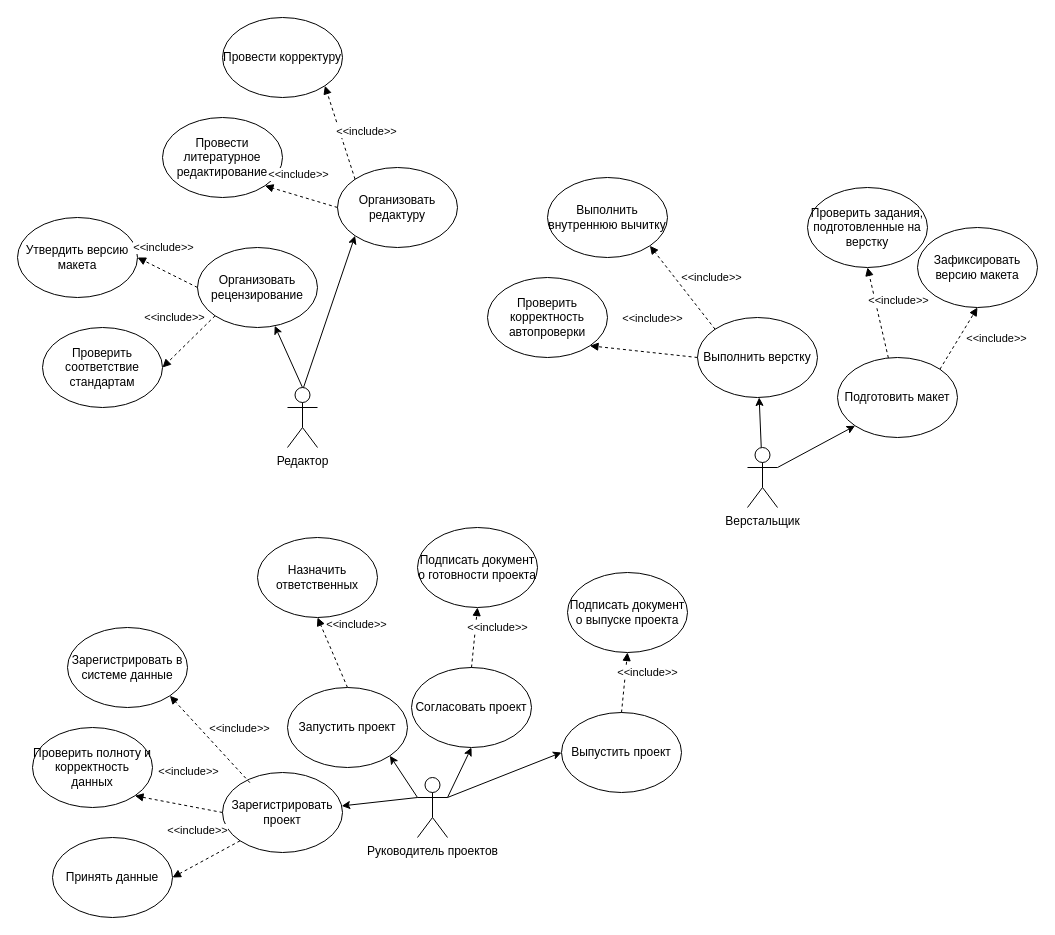
danaddi/draw.io keeps this draw.io diagram as ortps_3.drawio. Above is the earlier version. Source tidied: cells renumbered, new cells numbered last; positions are measured from the earlier drawing's top-left corner, leaving out a move shared by most shapes. Both pictures are drawn from the tidied source at 100%, with x=0, y=0 at pixel (17, 17).
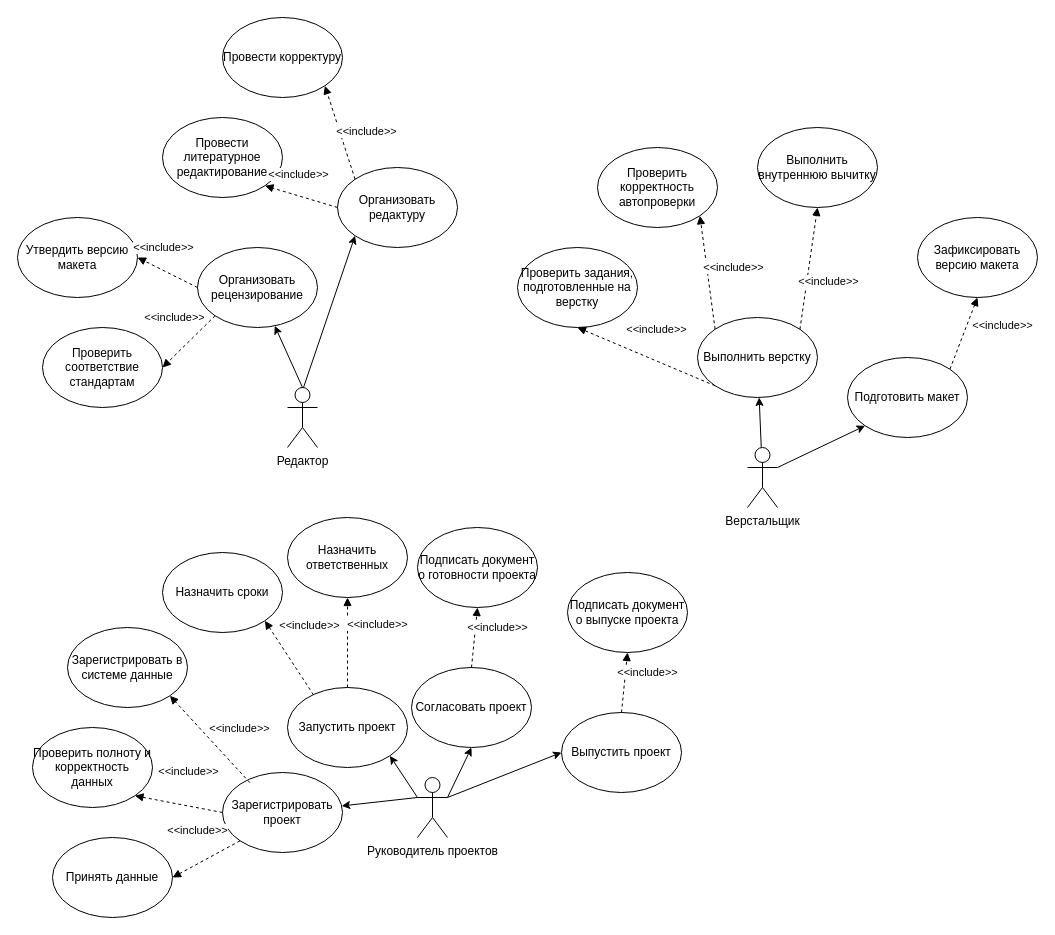
The same diagram, later.

The change refers to these unchanged cells:
```xml
<mxCell id="10" value="Выполнить верстку" style="ellipse;whiteSpace=wrap;html=1;" parent="1" vertex="1">
  <mxGeometry x="680" y="300" width="120" height="80" as="geometry" />
</mxCell>
<mxCell id="39" value="Запустить проект" style="ellipse;whiteSpace=wrap;html=1;" parent="1" vertex="1">
  <mxGeometry x="270" y="670" width="120" height="80" as="geometry" />
</mxCell>
```

What changed in the source:
```diff
@@
     <mxCell id="17" value="Назначить ответственных" style="ellipse;whiteSpace=wrap;html=1;" parent="1" vertex="1">
-      <mxGeometry x="240" y="520" width="120" height="80" as="geometry" />
+      <mxGeometry x="270" y="500" width="120" height="80" as="geometry" />
     </mxCell>
@@
     <mxCell id="21" value="Проверить задания, подготовленные&amp;nbsp;на верстку" style="ellipse;whiteSpace=wrap;html=1;" parent="1" vertex="1">
-      <mxGeometry x="790" y="170" width="120" height="80" as="geometry" />
+      <mxGeometry x="500" y="230" width="120" height="80" as="geometry" />
     </mxCell>
-    <mxCell id="22" value="&amp;lt;&amp;lt;include&amp;gt;&amp;gt;" style="html=1;verticalAlign=bottom;endArrow=block;curved=0;rounded=0;entryX=0.5;entryY=1;entryDx=0;entryDy=0;dashed=1;" parent="1" edge="1" source="47" target="21">
+    <mxCell id="22" value="&amp;lt;&amp;lt;include&amp;gt;&amp;gt;" style="html=1;verticalAlign=bottom;endArrow=block;curved=0;rounded=0;entryX=0.5;entryY=1;entryDx=0;entryDy=0;dashed=1;exitX=0;exitY=1;exitDx=0;exitDy=0;" parent="1" edge="1" source="10" target="21">
       <mxGeometry x="-0.03" y="-21" relative="1" as="geometry" />
     </mxCell>
     <mxCell id="23" value="Проверить корректность автопроверки" style="ellipse;whiteSpace=wrap;html=1;" parent="1" vertex="1">
-      <mxGeometry x="470" y="260" width="120" height="80" as="geometry" />
+      <mxGeometry x="580" y="130" width="120" height="80" as="geometry" />
     </mxCell>
-    <mxCell id="24" value="&amp;lt;&amp;lt;include&amp;gt;&amp;gt;" style="html=1;verticalAlign=bottom;endArrow=block;curved=0;rounded=0;exitX=0;exitY=0.5;exitDx=0;exitDy=0;entryX=1;entryY=1;entryDx=0;entryDy=0;dashed=1;" parent="1" edge="1" source="10" target="23">
+    <mxCell id="24" value="&amp;lt;&amp;lt;include&amp;gt;&amp;gt;" style="html=1;verticalAlign=bottom;endArrow=block;curved=0;rounded=0;exitX=0;exitY=0;exitDx=0;exitDy=0;entryX=1;entryY=1;entryDx=0;entryDy=0;dashed=1;" parent="1" edge="1" source="10" target="23">
       <mxGeometry x="-0.12" y="-25" relative="1" as="geometry" />
     </mxCell>
     <mxCell id="25" value="Выполнить внутреннюю вычитку" style="ellipse;whiteSpace=wrap;html=1;" parent="1" vertex="1">
-      <mxGeometry x="530" y="160" width="120" height="80" as="geometry" />
+      <mxGeometry x="740" y="110" width="120" height="80" as="geometry" />
     </mxCell>
-    <mxCell id="26" value="&amp;lt;&amp;lt;include&amp;gt;&amp;gt;" style="html=1;verticalAlign=bottom;endArrow=block;curved=0;rounded=0;entryX=1;entryY=1;entryDx=0;entryDy=0;exitX=0;exitY=0;exitDx=0;exitDy=0;dashed=1;" parent="1" edge="1" source="10" target="25">
+    <mxCell id="26" value="&amp;lt;&amp;lt;include&amp;gt;&amp;gt;" style="html=1;verticalAlign=bottom;endArrow=block;curved=0;rounded=0;entryX=0.5;entryY=1;entryDx=0;entryDy=0;exitX=1;exitY=0;exitDx=0;exitDy=0;dashed=1;" parent="1" edge="1" source="10" target="25">
       <mxGeometry x="-0.32" y="-23" relative="1" as="geometry" />
     </mxCell>
     <mxCell id="27" value="Зафиксировать версию макета" style="ellipse;whiteSpace=wrap;html=1;" parent="1" vertex="1">
-      <mxGeometry x="900" y="210" width="120" height="80" as="geometry" />
+      <mxGeometry x="900" y="200" width="120" height="80" as="geometry" />
     </mxCell>
@@
     <mxCell id="47" value="Подготовить макет" style="ellipse;whiteSpace=wrap;html=1;" parent="1" vertex="1">
-      <mxGeometry x="820" y="340" width="120" height="80" as="geometry" />
+      <mxGeometry x="830" y="340" width="120" height="80" as="geometry" />
     </mxCell>
@@
+    <mxCell id="49" value="Назначить сроки" style="ellipse;whiteSpace=wrap;html=1;" parent="1" vertex="1">
+      <mxGeometry x="145" y="535" width="120" height="80" as="geometry" />
+    </mxCell>
+    <mxCell id="50" value="&amp;lt;&amp;lt;include&amp;gt;&amp;gt;" style="html=1;verticalAlign=bottom;endArrow=block;curved=0;rounded=0;exitX=0.217;exitY=0.093;exitDx=0;exitDy=0;entryX=1;entryY=1;entryDx=0;entryDy=0;dashed=1;exitPerimeter=0;" parent="1" edge="1" source="39" target="49">
+      <mxGeometry x="0.2" y="-30" relative="1" as="geometry" />
+    </mxCell>
```
